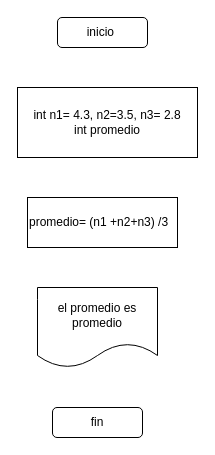
Earlier version of the draw.io diagram page "ejercicio-4" (4 of 10) of ejercicios.drawio (edgarcaballeroh/edgarcaballeroh). Source tidied: cells renumbered, new cells numbered last; positions are measured from the earlier drawing's top-left corner, leaving out a move shared by most shapes. Both pictures are drawn from the tidied source at 100%, with x=0, y=0 at pixel (17, 17).
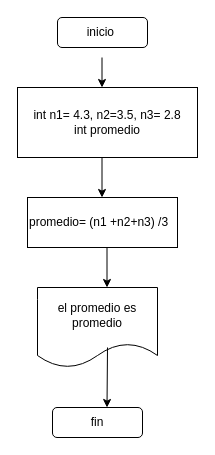
The same page after the edit.

Change to the diagram source:
```diff
@@
 <mxGraphModel>
   <root>
     <mxCell id="0" />
     <mxCell id="1" parent="0" />
     <mxCell id="2" value="inicio&amp;nbsp;" style="rounded=1;whiteSpace=wrap;html=1;" parent="1" vertex="1">
       <mxGeometry x="40" width="90" height="30" as="geometry" />
     </mxCell>
     <mxCell id="3" value="int n1= 4.3, n2=3.5, n3= 2.8&lt;br&gt;int promedio" style="rounded=0;whiteSpace=wrap;html=1;" parent="1" vertex="1">
       <mxGeometry y="70" width="180" height="70" as="geometry" />
     </mxCell>
     <mxCell id="4" value="promedio= (n1 +n2+n3) /3" style="rounded=0;whiteSpace=wrap;html=1;align=left;" parent="1" vertex="1">
       <mxGeometry x="10" y="180" width="150" height="50" as="geometry" />
     </mxCell>
     <mxCell id="5" value="el promedio es promedio" style="shape=document;whiteSpace=wrap;html=1;boundedLbl=1;" parent="1" vertex="1">
       <mxGeometry x="20" y="270" width="120" height="80" as="geometry" />
     </mxCell>
     <mxCell id="6" value="fin" style="rounded=1;whiteSpace=wrap;html=1;" parent="1" vertex="1">
       <mxGeometry x="35" y="390" width="90" height="30" as="geometry" />
     </mxCell>
+    <mxCell id="7" style="endArrow=classic;html=1;" parent="1" edge="1">
+      <mxGeometry relative="1" as="geometry">
+        <mxPoint x="90" y="330" as="sourcePoint" />
+        <mxPoint x="89.5" y="390" as="targetPoint" />
+      </mxGeometry>
+    </mxCell>
+    <mxCell id="8" style="endArrow=classic;html=1;" parent="1" edge="1">
+      <mxGeometry relative="1" as="geometry">
+        <mxPoint x="89.5" y="230" as="sourcePoint" />
+        <mxPoint x="89.5" y="270" as="targetPoint" />
+      </mxGeometry>
+    </mxCell>
+    <mxCell id="9" style="endArrow=classic;html=1;" parent="1" edge="1">
+      <mxGeometry relative="1" as="geometry">
+        <mxPoint x="84.5" y="140" as="sourcePoint" />
+        <mxPoint x="84.5" y="180" as="targetPoint" />
+      </mxGeometry>
+    </mxCell>
+    <mxCell id="10" style="endArrow=classic;html=1;" parent="1" edge="1">
+      <mxGeometry relative="1" as="geometry">
+        <mxPoint x="84.5" y="40" as="sourcePoint" />
+        <mxPoint x="84.5" y="70" as="targetPoint" />
+      </mxGeometry>
+    </mxCell>
   </root>
 </mxGraphModel>
```
